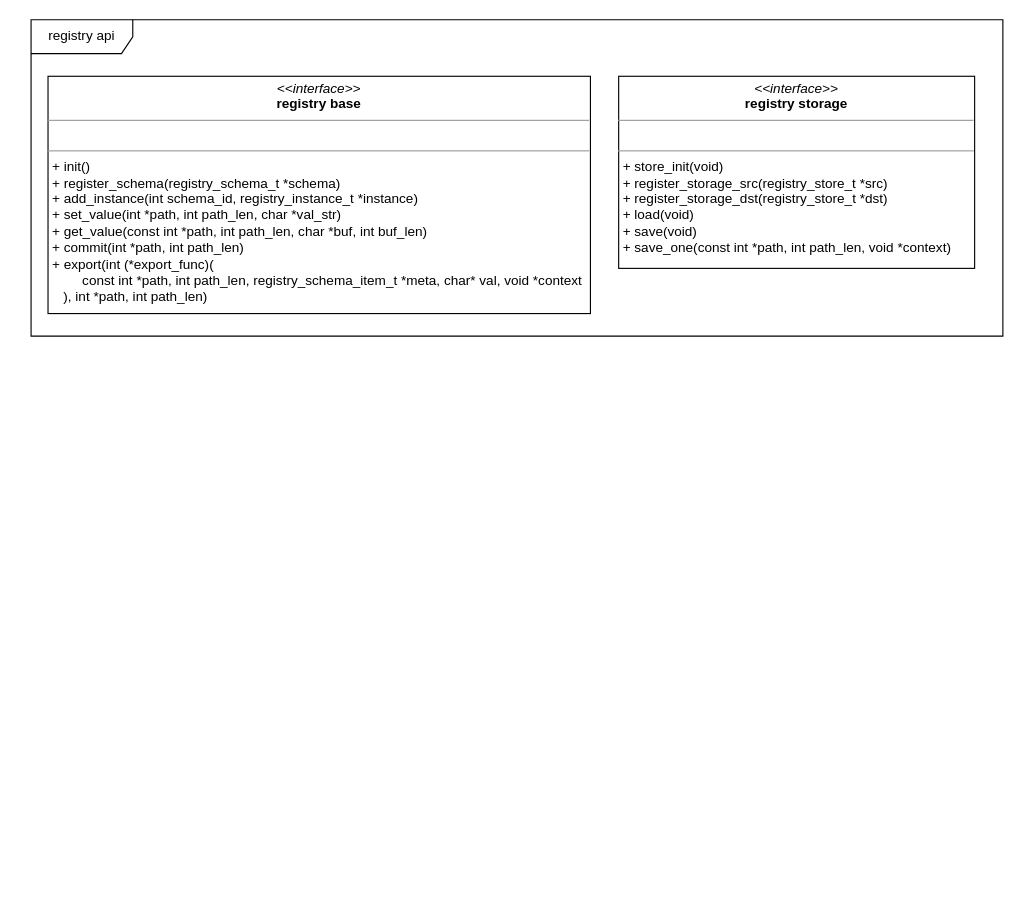
Before: doc/drawio/api.drawio in LasseRosenow/riot-runtime-config, a draw.io diagram. Source tidied: cells renumbered, new cells numbered last; positions are measured from the earlier drawing's top-left corner, leaving out a move shared by most shapes. Both pictures are drawn from the tidied source at 113%, with x=0, y=0 at pixel (31, 19).
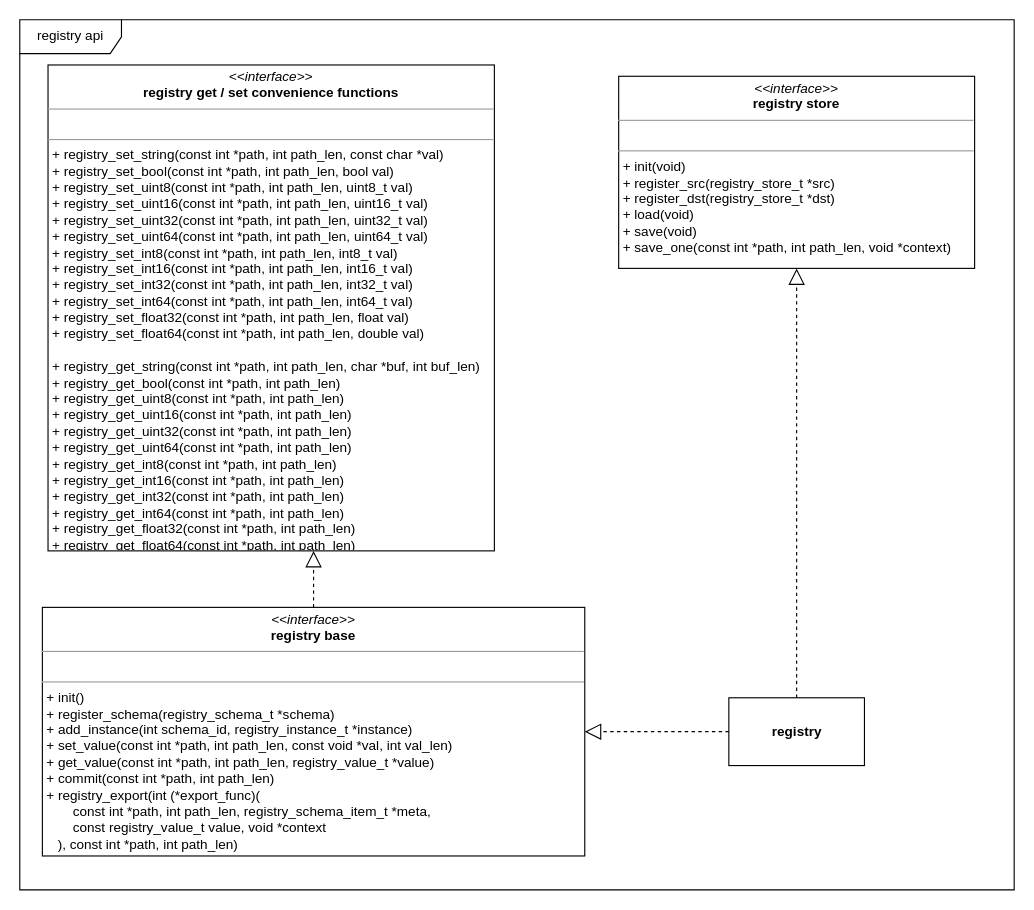
Above is the later version.

Change to the diagram source:
```diff
@@
 <mxGraphModel background="#FFFFFF">
   <root>
     <mxCell id="0" />
     <mxCell id="1" parent="0" />
     <mxCell id="2" value="registry api" style="shape=umlFrame;whiteSpace=wrap;html=1;verticalAlign=top;width=90;height=30;swimlaneFillColor=#ffffff;" parent="1" vertex="1">
-      <mxGeometry width="860" height="280" as="geometry" />
+      <mxGeometry x="-10" width="880" height="770" as="geometry" />
     </mxCell>
-    <mxCell id="3" value="&lt;p style=&quot;margin: 0px ; margin-top: 4px ; text-align: center&quot;&gt;&lt;i&gt;&amp;lt;&amp;lt;interface&amp;gt;&amp;gt;&lt;/i&gt;&lt;br&gt;&lt;b&gt;registry base&lt;/b&gt;&lt;br&gt;&lt;/p&gt;&lt;hr size=&quot;1&quot;&gt;&lt;p style=&quot;margin: 0px ; margin-left: 4px&quot;&gt;&lt;br&gt;&lt;/p&gt;&lt;hr size=&quot;1&quot;&gt;&lt;p style=&quot;margin: 0px ; margin-left: 4px&quot;&gt;+ init()&lt;/p&gt;&lt;p style=&quot;margin: 0px ; margin-left: 4px&quot;&gt;+ register_schema(registry_schema_t *schema)&lt;/p&gt;&lt;p style=&quot;margin: 0px ; margin-left: 4px&quot;&gt;+&amp;nbsp;add_instance(int schema_id, registry_instance_t *instance)&lt;/p&gt;&lt;p style=&quot;margin: 0px ; margin-left: 4px&quot;&gt;+&amp;nbsp;set_value(int *path, int path_len, char *val_str)&lt;/p&gt;&lt;p style=&quot;margin: 0px ; margin-left: 4px&quot;&gt;+&amp;nbsp;get_value(const int *path, int path_len, char *buf, int buf_len)&lt;/p&gt;&lt;p style=&quot;margin: 0px ; margin-left: 4px&quot;&gt;+&amp;nbsp;commit(int *path, int path_len)&lt;/p&gt;&lt;p style=&quot;margin: 0px ; margin-left: 4px&quot;&gt;+&amp;nbsp;export(int (*export_func)(&lt;br&gt;&lt;span style=&quot;white-space: pre&quot;&gt;&#9;&lt;/span&gt;const int *path, int path_len, registry_schema_item_t *meta, char* val, void *context&lt;br&gt;&amp;nbsp; &amp;nbsp;), int *path, int path_len)&lt;/p&gt;" style="verticalAlign=top;align=left;overflow=fill;fontSize=12;fontFamily=Helvetica;html=1;" parent="1" vertex="1">
-      <mxGeometry x="15" y="50" width="480" height="210" as="geometry" />
+    <mxCell id="3" value="&lt;p style=&quot;margin: 0px ; margin-top: 4px ; text-align: center&quot;&gt;&lt;i&gt;&amp;lt;&amp;lt;interface&amp;gt;&amp;gt;&lt;/i&gt;&lt;br&gt;&lt;b&gt;registry base&lt;/b&gt;&lt;br&gt;&lt;/p&gt;&lt;hr size=&quot;1&quot;&gt;&lt;p style=&quot;margin: 0px ; margin-left: 4px&quot;&gt;&lt;br&gt;&lt;/p&gt;&lt;hr size=&quot;1&quot;&gt;&lt;p style=&quot;margin: 0px ; margin-left: 4px&quot;&gt;+ init()&lt;/p&gt;&lt;p style=&quot;margin: 0px ; margin-left: 4px&quot;&gt;+ register_schema(registry_schema_t *schema)&lt;/p&gt;&lt;p style=&quot;margin: 0px ; margin-left: 4px&quot;&gt;+&amp;nbsp;add_instance(int schema_id, registry_instance_t *instance)&lt;/p&gt;&lt;p style=&quot;margin: 0px ; margin-left: 4px&quot;&gt;+&amp;nbsp;set_value(const int *path, int path_len, const void *val, int val_len)&lt;/p&gt;&lt;p style=&quot;margin: 0px ; margin-left: 4px&quot;&gt;+&amp;nbsp;get_value(const int *path, int path_len, registry_value_t *value)&lt;/p&gt;&lt;p style=&quot;margin: 0px ; margin-left: 4px&quot;&gt;+&amp;nbsp;commit(const int *path, int path_len)&lt;/p&gt;&lt;p style=&quot;margin: 0px ; margin-left: 4px&quot;&gt;+&amp;nbsp;&lt;span&gt;registry_export(int (*export_func)(&lt;/span&gt;&lt;/p&gt;&lt;p style=&quot;margin: 0px ; margin-left: 4px&quot;&gt;&lt;span&gt;&amp;nbsp; &amp;nbsp; &amp;nbsp; &amp;nbsp;const int *path, int path_len, registry_schema_item_t *meta,&amp;nbsp;&lt;/span&gt;&lt;/p&gt;&lt;p style=&quot;margin: 0px ; margin-left: 4px&quot;&gt;&lt;span&gt;&amp;nbsp; &amp;nbsp; &amp;nbsp; &amp;nbsp;const registry_value_t value,&amp;nbsp;&lt;/span&gt;&lt;span&gt;void *context&lt;/span&gt;&lt;/p&gt;&lt;p style=&quot;margin: 0px ; margin-left: 4px&quot;&gt;&lt;span&gt;&amp;nbsp; &amp;nbsp;), const int *path, int path_len)&lt;/span&gt;&lt;/p&gt;" style="verticalAlign=top;align=left;overflow=fill;fontSize=12;fontFamily=Helvetica;html=1;" parent="1" vertex="1">
+      <mxGeometry x="10" y="520" width="480" height="220" as="geometry" />
     </mxCell>
-    <mxCell id="4" value="&lt;p style=&quot;margin: 0px ; margin-top: 4px ; text-align: center&quot;&gt;&lt;i&gt;&amp;lt;&amp;lt;interface&amp;gt;&amp;gt;&lt;/i&gt;&lt;br&gt;&lt;b&gt;registry storage&lt;/b&gt;&lt;br&gt;&lt;/p&gt;&lt;hr size=&quot;1&quot;&gt;&lt;p style=&quot;margin: 0px ; margin-left: 4px&quot;&gt;&lt;br&gt;&lt;/p&gt;&lt;hr size=&quot;1&quot;&gt;&lt;p style=&quot;margin: 0px ; margin-left: 4px&quot;&gt;+ store_init(void)&lt;br&gt;&lt;/p&gt;&lt;p style=&quot;margin: 0px ; margin-left: 4px&quot;&gt;+ register_storage_src(registry_store_t *src)&lt;br&gt;&lt;/p&gt;&lt;p style=&quot;margin: 0px ; margin-left: 4px&quot;&gt;+&amp;nbsp;register_storage_dst(registry_store_t *dst)&lt;br&gt;&lt;/p&gt;&lt;p style=&quot;margin: 0px ; margin-left: 4px&quot;&gt;+&amp;nbsp;load(void)&lt;br&gt;&lt;/p&gt;&lt;p style=&quot;margin: 0px 0px 0px 4px&quot;&gt;+&amp;nbsp;save(void)&lt;/p&gt;&lt;p style=&quot;margin: 0px 0px 0px 4px&quot;&gt;+&amp;nbsp;save_one(const int *path, int path_len, void *context)&lt;/p&gt;" style="verticalAlign=top;align=left;overflow=fill;fontSize=12;fontFamily=Helvetica;html=1;" parent="1" vertex="1">
+    <mxCell id="4" value="&lt;p style=&quot;margin: 0px ; margin-top: 4px ; text-align: center&quot;&gt;&lt;i&gt;&amp;lt;&amp;lt;interface&amp;gt;&amp;gt;&lt;/i&gt;&lt;br&gt;&lt;b&gt;registry store&lt;/b&gt;&lt;br&gt;&lt;/p&gt;&lt;hr size=&quot;1&quot;&gt;&lt;p style=&quot;margin: 0px ; margin-left: 4px&quot;&gt;&lt;br&gt;&lt;/p&gt;&lt;hr size=&quot;1&quot;&gt;&lt;p style=&quot;margin: 0px ; margin-left: 4px&quot;&gt;+ init(void)&lt;br&gt;&lt;/p&gt;&lt;p style=&quot;margin: 0px ; margin-left: 4px&quot;&gt;+ register_src(registry_store_t *src)&lt;br&gt;&lt;/p&gt;&lt;p style=&quot;margin: 0px ; margin-left: 4px&quot;&gt;+&amp;nbsp;register_dst(registry_store_t *dst)&lt;br&gt;&lt;/p&gt;&lt;p style=&quot;margin: 0px ; margin-left: 4px&quot;&gt;+&amp;nbsp;load(void)&lt;br&gt;&lt;/p&gt;&lt;p style=&quot;margin: 0px 0px 0px 4px&quot;&gt;+&amp;nbsp;save(void)&lt;/p&gt;&lt;p style=&quot;margin: 0px 0px 0px 4px&quot;&gt;+&amp;nbsp;save_one(const int *path, int path_len, void *context)&lt;/p&gt;" style="verticalAlign=top;align=left;overflow=fill;fontSize=12;fontFamily=Helvetica;html=1;" parent="1" vertex="1">
       <mxGeometry x="520" y="50" width="315" height="170" as="geometry" />
     </mxCell>
+    <mxCell id="5" value="&lt;b&gt;registry&lt;/b&gt;" style="rounded=0;whiteSpace=wrap;html=1;" parent="1" vertex="1">
+      <mxGeometry x="617.5" y="600" width="120" height="60" as="geometry" />
+    </mxCell>
+    <mxCell id="6" style="endArrow=block;dashed=1;endFill=0;endSize=12;html=1;edgeStyle=orthogonalEdgeStyle;rounded=0;" parent="1" edge="1" source="5" target="3">
+      <mxGeometry relative="1" as="geometry" />
+    </mxCell>
+    <mxCell id="7" style="endArrow=block;dashed=1;endFill=0;endSize=12;html=1;edgeStyle=orthogonalEdgeStyle;rounded=0;" parent="1" edge="1" source="5" target="4">
+      <mxGeometry relative="1" as="geometry">
+        <Array as="points">
+          <mxPoint x="678" y="510" />
+          <mxPoint x="678" y="510" />
+        </Array>
+      </mxGeometry>
+    </mxCell>
+    <mxCell id="8" value="&lt;p style=&quot;margin: 0px ; margin-top: 4px ; text-align: center&quot;&gt;&lt;i&gt;&amp;lt;&amp;lt;interface&amp;gt;&amp;gt;&lt;/i&gt;&lt;br&gt;&lt;b&gt;registry get / set convenience functions&lt;/b&gt;&lt;br&gt;&lt;/p&gt;&lt;hr size=&quot;1&quot;&gt;&lt;p style=&quot;margin: 0px ; margin-left: 4px&quot;&gt;&lt;br&gt;&lt;/p&gt;&lt;hr size=&quot;1&quot;&gt;&lt;p style=&quot;margin: 0px 0px 0px 4px&quot;&gt;+&amp;nbsp;registry_set_string(const int *path, int path_len, const char *val)&lt;/p&gt;&lt;p style=&quot;margin: 0px 0px 0px 4px&quot;&gt;+&amp;nbsp;registry_set_bool(const int *path, int path_len, bool val)&lt;/p&gt;&lt;p style=&quot;margin: 0px 0px 0px 4px&quot;&gt;+&amp;nbsp;registry_set_uint8(const int *path, int path_len, uint8_t val)&lt;/p&gt;&lt;p style=&quot;margin: 0px 0px 0px 4px&quot;&gt;+&amp;nbsp;registry_set_uint16(const int *path, int path_len, uint16_t val)&lt;/p&gt;&lt;p style=&quot;margin: 0px 0px 0px 4px&quot;&gt;+&amp;nbsp;registry_set_uint32(const int *path, int path_len, uint32_t val)&lt;/p&gt;&lt;p style=&quot;margin: 0px 0px 0px 4px&quot;&gt;+&amp;nbsp;registry_set_uint64(const int *path, int path_len, uint64_t val)&lt;/p&gt;&lt;p style=&quot;margin: 0px 0px 0px 4px&quot;&gt;+&amp;nbsp;registry_set_int8(const int *path, int path_len, int8_t val)&lt;/p&gt;&lt;p style=&quot;margin: 0px 0px 0px 4px&quot;&gt;+&amp;nbsp;registry_set_int16(const int *path, int path_len, int16_t val)&lt;/p&gt;&lt;p style=&quot;margin: 0px 0px 0px 4px&quot;&gt;+&amp;nbsp;registry_set_int32(const int *path, int path_len, int32_t val)&lt;/p&gt;&lt;p style=&quot;margin: 0px 0px 0px 4px&quot;&gt;+&amp;nbsp;registry_set_int64(const int *path, int path_len, int64_t val)&lt;/p&gt;&lt;p style=&quot;margin: 0px 0px 0px 4px&quot;&gt;+&amp;nbsp;registry_set_float32(const int *path, int path_len, float val)&lt;/p&gt;&lt;p style=&quot;margin: 0px 0px 0px 4px&quot;&gt;+&amp;nbsp;registry_set_float64(const int *path, int path_len, double val)&lt;/p&gt;&lt;p style=&quot;margin: 0px ; margin-left: 4px&quot;&gt;&lt;br&gt;&lt;/p&gt;&lt;p style=&quot;margin: 0px ; margin-left: 4px&quot;&gt;+&amp;nbsp;registry_get_string(const int *path, int path_len, char *buf, int buf_len)&lt;/p&gt;&lt;p style=&quot;margin: 0px ; margin-left: 4px&quot;&gt;+&amp;nbsp;registry_get_bool(const int *path, int path_len)&lt;/p&gt;&lt;p style=&quot;margin: 0px ; margin-left: 4px&quot;&gt;+&amp;nbsp;registry_get_uint8(const int *path, int path_len)&lt;/p&gt;&lt;p style=&quot;margin: 0px ; margin-left: 4px&quot;&gt;+&amp;nbsp;registry_get_uint16(const int *path, int path_len)&lt;/p&gt;&lt;p style=&quot;margin: 0px ; margin-left: 4px&quot;&gt;+&amp;nbsp;registry_get_uint32(const int *path, int path_len)&lt;/p&gt;&lt;p style=&quot;margin: 0px ; margin-left: 4px&quot;&gt;+&amp;nbsp;registry_get_uint64(const int *path, int path_len)&lt;/p&gt;&lt;p style=&quot;margin: 0px ; margin-left: 4px&quot;&gt;+&amp;nbsp;registry_get_int8(const int *path, int path_len)&lt;/p&gt;&lt;p style=&quot;margin: 0px ; margin-left: 4px&quot;&gt;+&amp;nbsp;registry_get_int16(const int *path, int path_len)&lt;/p&gt;&lt;p style=&quot;margin: 0px ; margin-left: 4px&quot;&gt;+&amp;nbsp;registry_get_int32(const int *path, int path_len)&lt;/p&gt;&lt;p style=&quot;margin: 0px ; margin-left: 4px&quot;&gt;+&amp;nbsp;registry_get_int64(const int *path, int path_len)&lt;/p&gt;&lt;p style=&quot;margin: 0px ; margin-left: 4px&quot;&gt;+&amp;nbsp;registry_get_float32(const int *path, int path_len)&lt;/p&gt;&lt;p style=&quot;margin: 0px ; margin-left: 4px&quot;&gt;+&amp;nbsp;registry_get_float64(const int *path, int path_len)&lt;/p&gt;" style="verticalAlign=top;align=left;overflow=fill;fontSize=12;fontFamily=Helvetica;html=1;" parent="1" vertex="1">
+      <mxGeometry x="15" y="40" width="395" height="430" as="geometry" />
+    </mxCell>
+    <mxCell id="9" style="endArrow=block;dashed=1;endFill=0;endSize=12;html=1;edgeStyle=orthogonalEdgeStyle;rounded=0;" parent="1" edge="1" source="3" target="8">
+      <mxGeometry relative="1" as="geometry">
+        <Array as="points">
+          <mxPoint x="250" y="510" />
+          <mxPoint x="250" y="510" />
+        </Array>
+      </mxGeometry>
+    </mxCell>
   </root>
 </mxGraphModel>
```
